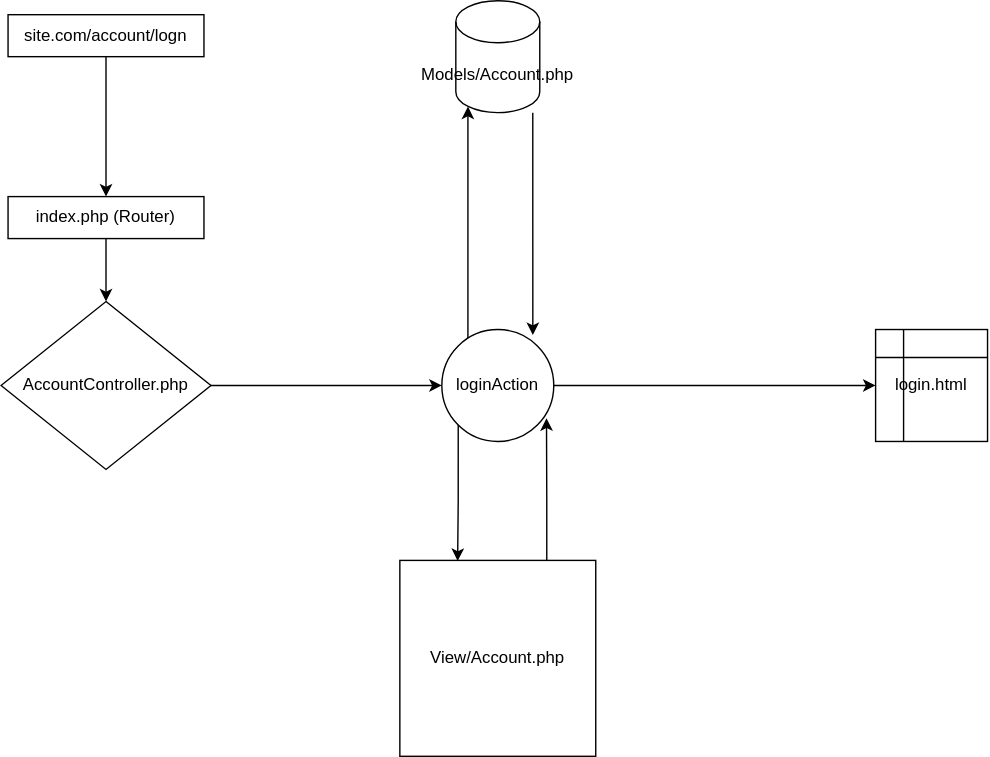
This is mvc-lessons/php/mvc_design_template.svg from WebSofter/lessnor, a draw.io export, as it was before one commit. Source tidied: cells renumbered, new cells last; positions are measured from the earlier drawing's top-left corner, leaving out a move shared by most shapes. The source it was exported from:
```xml
<mxGraphModel>
  <root>
    <mxCell id="0" />
    <mxCell id="1" parent="0" />
    <mxCell id="2" style="edgeStyle=orthogonalEdgeStyle;rounded=0;jettySize=auto;html=1;entryX=0.5;entryY=0;entryDx=0;entryDy=0;" parent="1" edge="1" source="3" target="5">
      <mxGeometry relative="1" as="geometry" />
    </mxCell>
    <mxCell id="3" value="site.com/account/logn" style="rounded=0;whiteSpace=wrap;html=1;" parent="1" vertex="1">
      <mxGeometry x="5" y="10" width="140" height="30" as="geometry" />
    </mxCell>
    <mxCell id="4" style="edgeStyle=orthogonalEdgeStyle;rounded=0;jettySize=auto;html=1;entryX=0.5;entryY=0;entryDx=0;entryDy=0;" parent="1" edge="1" source="5" target="16">
      <mxGeometry relative="1" as="geometry" />
    </mxCell>
    <mxCell id="5" value="index.php (Router)" style="rounded=0;whiteSpace=wrap;html=1;" parent="1" vertex="1">
      <mxGeometry x="5" y="140" width="140" height="30" as="geometry" />
    </mxCell>
    <mxCell id="6" style="edgeStyle=orthogonalEdgeStyle;rounded=0;jettySize=auto;html=1;entryX=0.145;entryY=1;entryDx=0;entryDy=-4.35;entryPerimeter=0;" parent="1" edge="1" source="9" target="11">
      <mxGeometry relative="1" as="geometry">
        <Array as="points">
          <mxPoint x="334" y="80" />
        </Array>
      </mxGeometry>
    </mxCell>
    <mxCell id="7" style="edgeStyle=orthogonalEdgeStyle;rounded=0;jettySize=auto;html=1;exitX=0;exitY=1;exitDx=0;exitDy=0;entryX=0.295;entryY=0.003;entryDx=0;entryDy=0;entryPerimeter=0;" parent="1" edge="1" source="9" target="13">
      <mxGeometry relative="1" as="geometry" />
    </mxCell>
    <mxCell id="8" style="edgeStyle=orthogonalEdgeStyle;rounded=0;jettySize=auto;html=1;entryX=0;entryY=0.5;entryDx=0;entryDy=0;" parent="1" edge="1" source="9" target="14">
      <mxGeometry relative="1" as="geometry" />
    </mxCell>
    <mxCell id="9" value="loginAction" style="ellipse;whiteSpace=wrap;html=1;" parent="1" vertex="1">
      <mxGeometry x="315" y="235" width="80" height="80" as="geometry" />
    </mxCell>
    <mxCell id="10" style="edgeStyle=orthogonalEdgeStyle;rounded=0;jettySize=auto;html=1;entryX=0.813;entryY=0.05;entryDx=0;entryDy=0;entryPerimeter=0;" parent="1" edge="1" source="11" target="9">
      <mxGeometry relative="1" as="geometry">
        <Array as="points">
          <mxPoint x="380" y="120" />
          <mxPoint x="380" y="120" />
        </Array>
      </mxGeometry>
    </mxCell>
    <mxCell id="11" value="Models/Account.php" style="shape=cylinder3;whiteSpace=wrap;html=1;boundedLbl=1;backgroundOutline=1;size=15;" parent="1" vertex="1">
      <mxGeometry x="325" width="60" height="80" as="geometry" />
    </mxCell>
    <mxCell id="12" style="edgeStyle=orthogonalEdgeStyle;rounded=0;jettySize=auto;html=1;exitX=0.75;exitY=0;exitDx=0;exitDy=0;entryX=0.935;entryY=0.792;entryDx=0;entryDy=0;entryPerimeter=0;" parent="1" edge="1" source="13" target="9">
      <mxGeometry relative="1" as="geometry" />
    </mxCell>
    <mxCell id="13" value="View/Account.php" style="whiteSpace=wrap;html=1;" parent="1" vertex="1">
      <mxGeometry x="285" y="400" width="140" height="140" as="geometry" />
    </mxCell>
    <mxCell id="14" value="login.html" style="shape=internalStorage;whiteSpace=wrap;html=1;backgroundOutline=1;" parent="1" vertex="1">
      <mxGeometry x="625" y="235" width="80" height="80" as="geometry" />
    </mxCell>
    <mxCell id="15" style="edgeStyle=orthogonalEdgeStyle;rounded=0;jettySize=auto;html=1;entryX=0;entryY=0.5;entryDx=0;entryDy=0;" parent="1" edge="1" source="16" target="9">
      <mxGeometry relative="1" as="geometry" />
    </mxCell>
    <mxCell id="16" value="&lt;span&gt;AccountController.php&lt;/span&gt;" style="rhombus;whiteSpace=wrap;html=1;" parent="1" vertex="1">
      <mxGeometry y="215" width="150" height="120" as="geometry" />
    </mxCell>
  </root>
</mxGraphModel>
```
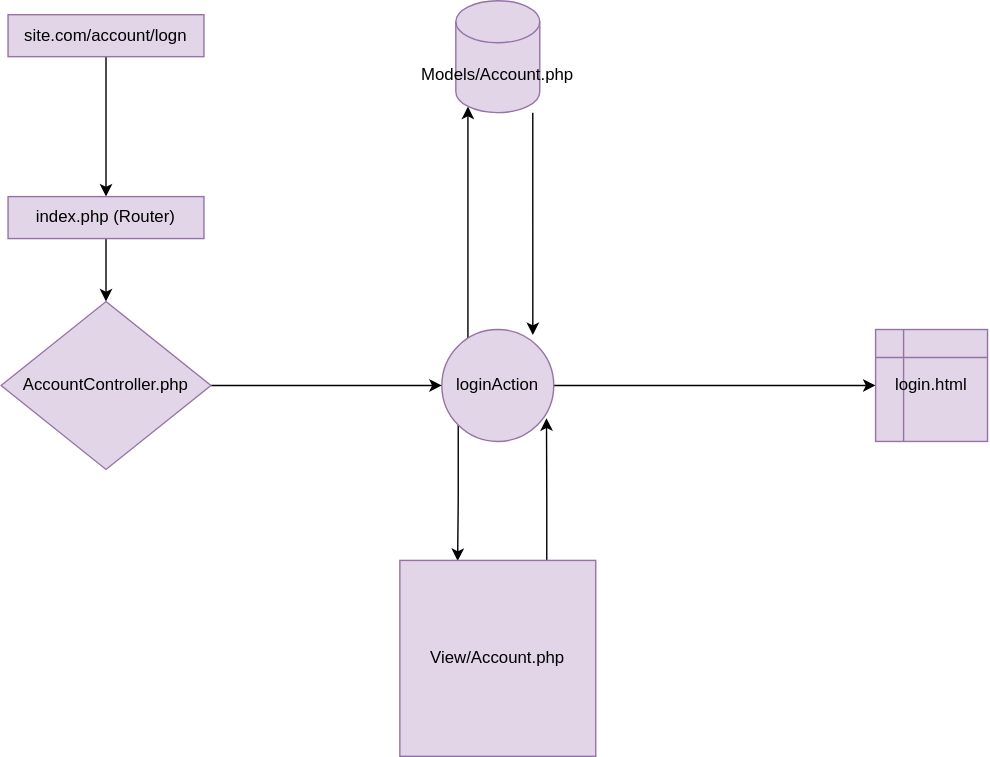
After the change.

The edit, as a diff of the source:
```diff
@@ -5,13 +5,13 @@
     <mxCell id="2" style="edgeStyle=orthogonalEdgeStyle;rounded=0;jettySize=auto;html=1;entryX=0.5;entryY=0;entryDx=0;entryDy=0;" parent="1" edge="1" source="3" target="5">
       <mxGeometry relative="1" as="geometry" />
     </mxCell>
-    <mxCell id="3" value="site.com/account/logn" style="rounded=0;whiteSpace=wrap;html=1;" parent="1" vertex="1">
+    <mxCell id="3" value="site.com/account/logn" style="rounded=0;whiteSpace=wrap;html=1;fillColor=#e1d5e7;strokeColor=#9673a6;" parent="1" vertex="1">
       <mxGeometry x="5" y="10" width="140" height="30" as="geometry" />
     </mxCell>
     <mxCell id="4" style="edgeStyle=orthogonalEdgeStyle;rounded=0;jettySize=auto;html=1;entryX=0.5;entryY=0;entryDx=0;entryDy=0;" parent="1" edge="1" source="5" target="16">
       <mxGeometry relative="1" as="geometry" />
     </mxCell>
-    <mxCell id="5" value="index.php (Router)" style="rounded=0;whiteSpace=wrap;html=1;" parent="1" vertex="1">
+    <mxCell id="5" value="index.php (Router)" style="rounded=0;whiteSpace=wrap;html=1;fillColor=#e1d5e7;strokeColor=#9673a6;" parent="1" vertex="1">
       <mxGeometry x="5" y="140" width="140" height="30" as="geometry" />
     </mxCell>
     <mxCell id="6" style="edgeStyle=orthogonalEdgeStyle;rounded=0;jettySize=auto;html=1;entryX=0.145;entryY=1;entryDx=0;entryDy=-4.35;entryPerimeter=0;" parent="1" edge="1" source="9" target="11">
@@ -27,7 +27,7 @@
     <mxCell id="8" style="edgeStyle=orthogonalEdgeStyle;rounded=0;jettySize=auto;html=1;entryX=0;entryY=0.5;entryDx=0;entryDy=0;" parent="1" edge="1" source="9" target="14">
       <mxGeometry relative="1" as="geometry" />
     </mxCell>
-    <mxCell id="9" value="loginAction" style="ellipse;whiteSpace=wrap;html=1;" parent="1" vertex="1">
+    <mxCell id="9" value="loginAction" style="ellipse;whiteSpace=wrap;html=1;fillColor=#e1d5e7;strokeColor=#9673a6;" parent="1" vertex="1">
       <mxGeometry x="315" y="235" width="80" height="80" as="geometry" />
     </mxCell>
     <mxCell id="10" style="edgeStyle=orthogonalEdgeStyle;rounded=0;jettySize=auto;html=1;entryX=0.813;entryY=0.05;entryDx=0;entryDy=0;entryPerimeter=0;" parent="1" edge="1" source="11" target="9">
@@ -38,22 +38,22 @@
         </Array>
       </mxGeometry>
     </mxCell>
-    <mxCell id="11" value="Models/Account.php" style="shape=cylinder3;whiteSpace=wrap;html=1;boundedLbl=1;backgroundOutline=1;size=15;" parent="1" vertex="1">
+    <mxCell id="11" value="Models/Account.php" style="shape=cylinder3;whiteSpace=wrap;html=1;boundedLbl=1;backgroundOutline=1;size=15;fillColor=#e1d5e7;strokeColor=#9673a6;" parent="1" vertex="1">
       <mxGeometry x="325" width="60" height="80" as="geometry" />
     </mxCell>
     <mxCell id="12" style="edgeStyle=orthogonalEdgeStyle;rounded=0;jettySize=auto;html=1;exitX=0.75;exitY=0;exitDx=0;exitDy=0;entryX=0.935;entryY=0.792;entryDx=0;entryDy=0;entryPerimeter=0;" parent="1" edge="1" source="13" target="9">
       <mxGeometry relative="1" as="geometry" />
     </mxCell>
-    <mxCell id="13" value="View/Account.php" style="whiteSpace=wrap;html=1;" parent="1" vertex="1">
+    <mxCell id="13" value="View/Account.php" style="whiteSpace=wrap;html=1;fillColor=#e1d5e7;strokeColor=#9673a6;" parent="1" vertex="1">
       <mxGeometry x="285" y="400" width="140" height="140" as="geometry" />
     </mxCell>
-    <mxCell id="14" value="login.html" style="shape=internalStorage;whiteSpace=wrap;html=1;backgroundOutline=1;" parent="1" vertex="1">
+    <mxCell id="14" value="login.html" style="shape=internalStorage;whiteSpace=wrap;html=1;backgroundOutline=1;fillColor=#e1d5e7;strokeColor=#9673a6;" parent="1" vertex="1">
       <mxGeometry x="625" y="235" width="80" height="80" as="geometry" />
     </mxCell>
     <mxCell id="15" style="edgeStyle=orthogonalEdgeStyle;rounded=0;jettySize=auto;html=1;entryX=0;entryY=0.5;entryDx=0;entryDy=0;" parent="1" edge="1" source="16" target="9">
       <mxGeometry relative="1" as="geometry" />
     </mxCell>
-    <mxCell id="16" value="&lt;span&gt;AccountController.php&lt;/span&gt;" style="rhombus;whiteSpace=wrap;html=1;" parent="1" vertex="1">
+    <mxCell id="16" value="&lt;span&gt;AccountController.php&lt;/span&gt;" style="rhombus;whiteSpace=wrap;html=1;fillColor=#e1d5e7;strokeColor=#9673a6;" parent="1" vertex="1">
       <mxGeometry y="215" width="150" height="120" as="geometry" />
     </mxCell>
   </root>
```
